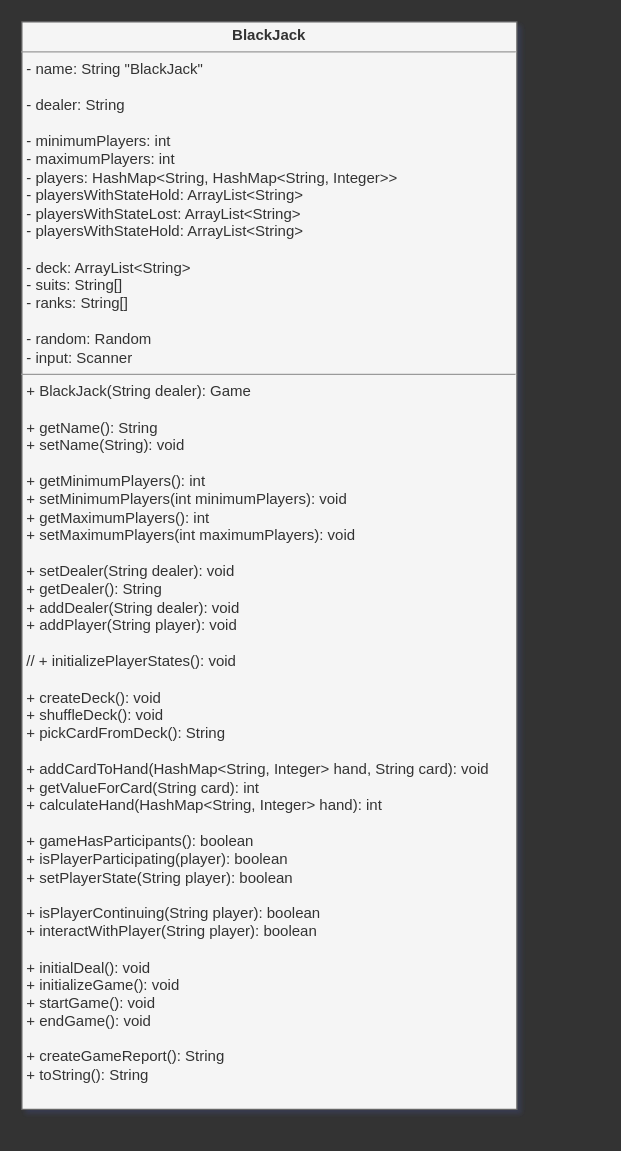
Before: uml-models/step1.drawio in iham/cardgameapp, a draw.io diagram. Source tidied: cells renumbered, new cells numbered last; positions are measured from the earlier drawing's top-left corner, leaving out a move shared by most shapes. Both pictures are drawn from the tidied source at 125%, with x=0, y=0 at pixel (21, 21).
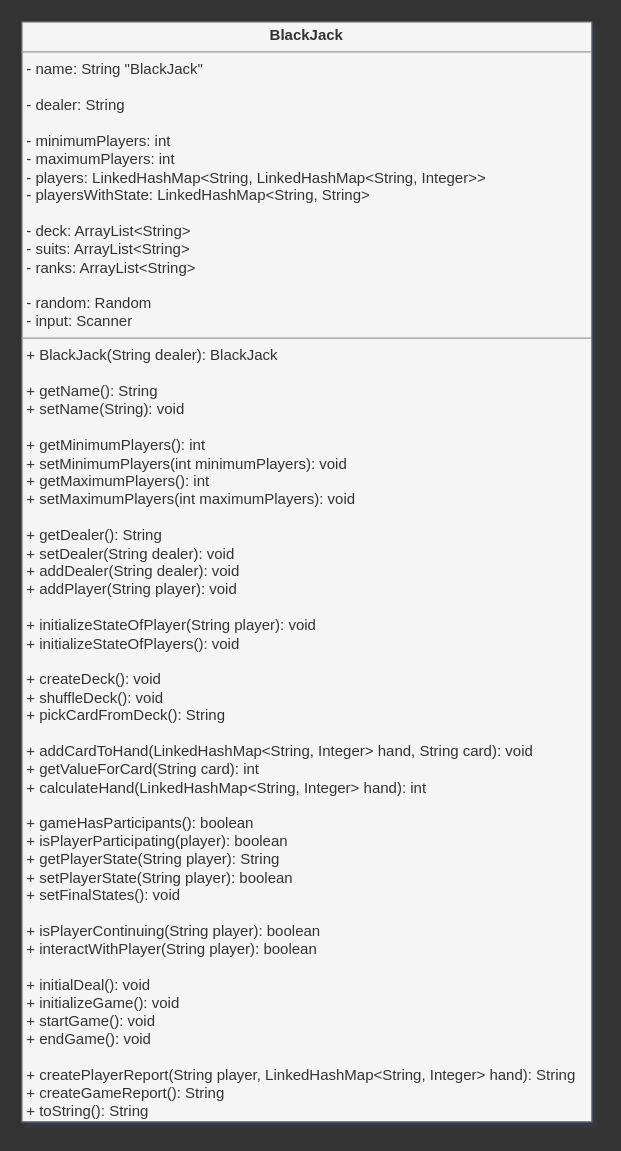
The same page after the edit.

Commit message (it also covers changes not shown here):
step 1 is implemented and sound.

The edit, as a diff of the source:
```diff
@@
 <mxGraphModel background="#333333" shadow="1">
   <root>
     <mxCell id="0" />
     <mxCell id="1" parent="0" />
-    <mxCell id="2" value="&lt;p style=&quot;margin: 0px ; margin-top: 4px ; text-align: center&quot;&gt;&lt;b&gt;BlackJack&lt;/b&gt;&lt;/p&gt;&lt;hr size=&quot;1&quot;&gt;&lt;p style=&quot;margin: 0px ; margin-left: 4px&quot;&gt;- name: String &quot;BlackJack&quot;&lt;/p&gt;&lt;p style=&quot;margin: 0px ; margin-left: 4px&quot;&gt;&lt;br&gt;&lt;/p&gt;&lt;p style=&quot;margin: 0px ; margin-left: 4px&quot;&gt;- dealer: String&lt;/p&gt;&lt;p style=&quot;margin: 0px ; margin-left: 4px&quot;&gt;&lt;br&gt;&lt;/p&gt;&lt;p style=&quot;margin: 0px ; margin-left: 4px&quot;&gt;- minimumPlayers: int&lt;/p&gt;&lt;p style=&quot;margin: 0px ; margin-left: 4px&quot;&gt;- maximumPlayers: int&lt;br&gt;- players: HashMap&amp;lt;String,&amp;nbsp;&lt;span&gt;HashMap&amp;lt;&lt;/span&gt;&lt;span&gt;String, Integer&amp;gt;&amp;gt;&lt;/span&gt;&lt;/p&gt;&lt;p style=&quot;margin: 0px ; margin-left: 4px&quot;&gt;- playersWithStateHold: ArrayList&amp;lt;String&amp;gt;&lt;/p&gt;&lt;p style=&quot;margin: 0px ; margin-left: 4px&quot;&gt;- playersWithStateLost: ArrayList&amp;lt;String&amp;gt;&lt;br&gt;&lt;/p&gt;&lt;p style=&quot;margin: 0px ; margin-left: 4px&quot;&gt;- playersWithStateHold: ArrayList&amp;lt;String&amp;gt;&lt;br&gt;&lt;/p&gt;&lt;p style=&quot;margin: 0px ; margin-left: 4px&quot;&gt;&lt;br&gt;&lt;/p&gt;&lt;p style=&quot;margin: 0px ; margin-left: 4px&quot;&gt;- deck: ArrayList&amp;lt;String&amp;gt;&lt;/p&gt;&lt;p style=&quot;margin: 0px ; margin-left: 4px&quot;&gt;- suits: String[]&lt;/p&gt;&lt;p style=&quot;margin: 0px ; margin-left: 4px&quot;&gt;- ranks: String[]&lt;/p&gt;&lt;p style=&quot;margin: 0px ; margin-left: 4px&quot;&gt;&lt;br&gt;&lt;/p&gt;&lt;p style=&quot;margin: 0px ; margin-left: 4px&quot;&gt;- random: Random&lt;/p&gt;&lt;p style=&quot;margin: 0px ; margin-left: 4px&quot;&gt;- input: Scanner&lt;/p&gt;&lt;hr size=&quot;1&quot;&gt;&lt;p style=&quot;margin: 0px ; margin-left: 4px&quot;&gt;+ BlackJack(String dealer): Game&lt;span&gt;&lt;br&gt;&lt;/span&gt;&lt;/p&gt;&lt;p style=&quot;margin: 0px ; margin-left: 4px&quot;&gt;&lt;span&gt;&lt;br&gt;&lt;/span&gt;&lt;/p&gt;&lt;p style=&quot;margin: 0px 0px 0px 4px&quot;&gt;+ getName(): String&lt;/p&gt;&lt;p style=&quot;margin: 0px ; margin-left: 4px&quot;&gt;&lt;span&gt;+ setName(String): void&lt;/span&gt;&lt;/p&gt;&lt;p style=&quot;margin: 0px ; margin-left: 4px&quot;&gt;&lt;br&gt;&lt;/p&gt;&lt;p style=&quot;margin: 0px 0px 0px 4px&quot;&gt;+ getMinimumPlayers(): int&lt;br&gt;&lt;/p&gt;&lt;p style=&quot;margin: 0px ; margin-left: 4px&quot;&gt;&lt;span&gt;+ setMinimumPlayers(int minimumPlayers): void&lt;/span&gt;&lt;/p&gt;&lt;p style=&quot;margin: 0px 0px 0px 4px&quot;&gt;+ getMaximumPlayers(): int&lt;br&gt;&lt;/p&gt;&lt;p style=&quot;margin: 0px 0px 0px 4px&quot;&gt;&lt;span&gt;+ setMaximumPlayers(int maximumPlayers): void&lt;/span&gt;&lt;br&gt;&lt;/p&gt;&lt;p style=&quot;margin: 0px 0px 0px 4px&quot;&gt;&lt;br&gt;&lt;/p&gt;&lt;p style=&quot;margin: 0px 0px 0px 4px&quot;&gt;+ setDealer(String dealer): void&lt;/p&gt;&lt;p style=&quot;margin: 0px 0px 0px 4px&quot;&gt;+ getDealer(): String&lt;br&gt;&lt;/p&gt;&lt;p style=&quot;margin: 0px ; margin-left: 4px&quot;&gt;&lt;span&gt;+ addDealer(String dealer): void&lt;/span&gt;&lt;br&gt;&lt;/p&gt;&lt;p style=&quot;margin: 0px ; margin-left: 4px&quot;&gt;&lt;span&gt;+ addPlayer(String player): void&lt;/span&gt;&lt;br&gt;&lt;/p&gt;&lt;div&gt;&lt;br&gt;&lt;/div&gt;&lt;div&gt;&lt;p style=&quot;margin: 0px 0px 0px 4px&quot;&gt;// + initializePlayerStates(): void&lt;/p&gt;&lt;p style=&quot;margin: 0px 0px 0px 4px&quot;&gt;&lt;br&gt;&lt;/p&gt;&lt;/div&gt;&lt;p style=&quot;margin: 0px ; margin-left: 4px&quot;&gt;&lt;span&gt;+ createDeck(): void&lt;/span&gt;&lt;br&gt;&lt;/p&gt;&lt;p style=&quot;margin: 0px 0px 0px 4px&quot;&gt;+ shuffleDeck(): void&lt;/p&gt;&lt;p style=&quot;margin: 0px 0px 0px 4px&quot;&gt;&lt;span&gt;+ pickCardFromDeck(): String&lt;/span&gt;&lt;/p&gt;&lt;p style=&quot;margin: 0px 0px 0px 4px&quot;&gt;&lt;span&gt;&lt;br&gt;&lt;/span&gt;&lt;/p&gt;&lt;p style=&quot;margin: 0px 0px 0px 4px&quot;&gt;+&amp;nbsp;addCardToHand(HashMap&amp;lt;String, Integer&amp;gt; hand, String card): void&lt;/p&gt;&lt;p style=&quot;margin: 0px 0px 0px 4px&quot;&gt;+ getValueForCard(String card): int&lt;br&gt;&lt;/p&gt;&lt;div&gt;&lt;p style=&quot;margin: 0px 0px 0px 4px&quot;&gt;+ calculateHand(HashMap&amp;lt;String, Integer&amp;gt; hand): int&lt;/p&gt;&lt;/div&gt;&lt;p style=&quot;margin: 0px ; margin-left: 4px&quot;&gt;&lt;br&gt;&lt;/p&gt;&lt;p style=&quot;margin: 0px 0px 0px 4px&quot;&gt;&lt;span&gt;+ gameHasParticipants(): boolean&lt;/span&gt;&lt;br&gt;&lt;/p&gt;&lt;p style=&quot;margin: 0px 0px 0px 4px&quot;&gt;+ isPlayerParticipating(player): boolean&lt;/p&gt;&lt;div&gt;&lt;p style=&quot;margin: 0px 0px 0px 4px&quot;&gt;+ setPlayer&lt;span&gt;State&lt;/span&gt;&lt;span&gt;(String player): boolean&lt;/span&gt;&lt;/p&gt;&lt;/div&gt;&lt;div&gt;&lt;br&gt;&lt;/div&gt;&lt;p style=&quot;margin: 0px ; margin-left: 4px&quot;&gt;+ isPlayerContinuing(String player): boolean&lt;/p&gt;&lt;p style=&quot;margin: 0px ; margin-left: 4px&quot;&gt;+ interactWithPlayer(String player): boolean&lt;/p&gt;&lt;p style=&quot;margin: 0px ; margin-left: 4px&quot;&gt;&lt;span&gt;&lt;br&gt;&lt;/span&gt;&lt;/p&gt;&lt;p style=&quot;margin: 0px 0px 0px 4px&quot;&gt;+ initialDeal(): void&lt;/p&gt;&lt;p style=&quot;margin: 0px ; margin-left: 4px&quot;&gt;&lt;span&gt;+ initializeGame(): void&lt;/span&gt;&lt;br&gt;&lt;/p&gt;&lt;p style=&quot;margin: 0px 0px 0px 4px&quot;&gt;+ startGame(): void&lt;/p&gt;&lt;p style=&quot;margin: 0px 0px 0px 4px&quot;&gt;+ endGame(): void&lt;/p&gt;&lt;p style=&quot;margin: 0px 0px 0px 4px&quot;&gt;&lt;br&gt;&lt;/p&gt;&lt;p style=&quot;margin: 0px ; margin-left: 4px&quot;&gt;&lt;span&gt;+ createGameReport(): String&lt;/span&gt;&lt;/p&gt;&lt;p style=&quot;margin: 0px ; margin-left: 4px&quot;&gt;&lt;span&gt;+ toString(): String&lt;/span&gt;&lt;br&gt;&lt;/p&gt;" style="verticalAlign=top;align=left;overflow=fill;fontSize=12;fontFamily=Helvetica;html=1;fillColor=#f5f5f5;fontColor=#333333;strokeColor=#666666;" parent="1" vertex="1">
-      <mxGeometry width="396" height="870" as="geometry" />
+    <mxCell id="2" value="&lt;p style=&quot;margin: 0px ; margin-top: 4px ; text-align: center&quot;&gt;&lt;b&gt;BlackJack&lt;/b&gt;&lt;/p&gt;&lt;hr size=&quot;1&quot;&gt;&lt;p style=&quot;margin: 0px ; margin-left: 4px&quot;&gt;- name: String &quot;BlackJack&quot;&lt;/p&gt;&lt;p style=&quot;margin: 0px ; margin-left: 4px&quot;&gt;&lt;br&gt;&lt;/p&gt;&lt;p style=&quot;margin: 0px ; margin-left: 4px&quot;&gt;- dealer: String&lt;/p&gt;&lt;p style=&quot;margin: 0px ; margin-left: 4px&quot;&gt;&lt;br&gt;&lt;/p&gt;&lt;p style=&quot;margin: 0px ; margin-left: 4px&quot;&gt;- minimumPlayers: int&lt;/p&gt;&lt;p style=&quot;margin: 0px ; margin-left: 4px&quot;&gt;- maximumPlayers: int&lt;br&gt;- players: LinkedHashMap&amp;lt;String, Linked&lt;span&gt;HashMap&amp;lt;&lt;/span&gt;&lt;span&gt;String, Integer&amp;gt;&amp;gt;&lt;/span&gt;&lt;/p&gt;&lt;p style=&quot;margin: 0px ; margin-left: 4px&quot;&gt;&lt;span&gt;- playersWithState: LinkedHashMap&amp;lt;String, String&amp;gt;&lt;/span&gt;&lt;/p&gt;&lt;p style=&quot;margin: 0px ; margin-left: 4px&quot;&gt;&lt;br&gt;&lt;/p&gt;&lt;p style=&quot;margin: 0px ; margin-left: 4px&quot;&gt;&lt;span&gt;- deck: ArrayList&amp;lt;String&amp;gt;&lt;/span&gt;&lt;br&gt;&lt;/p&gt;&lt;p style=&quot;margin: 0px ; margin-left: 4px&quot;&gt;- suits: ArrayList&amp;lt;String&amp;gt;&lt;/p&gt;&lt;p style=&quot;margin: 0px ; margin-left: 4px&quot;&gt;- ranks&lt;span&gt;: ArrayList&amp;lt;String&amp;gt;&lt;/span&gt;&lt;/p&gt;&lt;p style=&quot;margin: 0px ; margin-left: 4px&quot;&gt;&lt;br&gt;&lt;/p&gt;&lt;p style=&quot;margin: 0px ; margin-left: 4px&quot;&gt;- random: Random&lt;/p&gt;&lt;p style=&quot;margin: 0px ; margin-left: 4px&quot;&gt;- input: Scanner&lt;/p&gt;&lt;hr size=&quot;1&quot;&gt;&lt;p style=&quot;margin: 0px ; margin-left: 4px&quot;&gt;+ BlackJack(String dealer): BlackJack&lt;span&gt;&lt;br&gt;&lt;/span&gt;&lt;/p&gt;&lt;p style=&quot;margin: 0px ; margin-left: 4px&quot;&gt;&lt;span&gt;&lt;br&gt;&lt;/span&gt;&lt;/p&gt;&lt;p style=&quot;margin: 0px 0px 0px 4px&quot;&gt;+ getName(): String&lt;/p&gt;&lt;p style=&quot;margin: 0px ; margin-left: 4px&quot;&gt;&lt;span&gt;+ setName(String): void&lt;/span&gt;&lt;/p&gt;&lt;p style=&quot;margin: 0px ; margin-left: 4px&quot;&gt;&lt;br&gt;&lt;/p&gt;&lt;p style=&quot;margin: 0px 0px 0px 4px&quot;&gt;+ getMinimumPlayers(): int&lt;br&gt;&lt;/p&gt;&lt;p style=&quot;margin: 0px ; margin-left: 4px&quot;&gt;&lt;span&gt;+ setMinimumPlayers(int minimumPlayers): void&lt;/span&gt;&lt;/p&gt;&lt;p style=&quot;margin: 0px 0px 0px 4px&quot;&gt;+ getMaximumPlayers(): int&lt;br&gt;&lt;/p&gt;&lt;p style=&quot;margin: 0px 0px 0px 4px&quot;&gt;&lt;span&gt;+ setMaximumPlayers(int maximumPlayers): void&lt;/span&gt;&lt;br&gt;&lt;/p&gt;&lt;p style=&quot;margin: 0px 0px 0px 4px&quot;&gt;&lt;br&gt;&lt;/p&gt;&lt;p style=&quot;margin: 0px 0px 0px 4px&quot;&gt;+ getDealer(): String&lt;br&gt;&lt;/p&gt;&lt;p style=&quot;margin: 0px 0px 0px 4px&quot;&gt;+ setDealer(String dealer): void&lt;/p&gt;&lt;p style=&quot;margin: 0px 0px 0px 4px&quot;&gt;&lt;span&gt;+ addDealer(String dealer): void&lt;/span&gt;&lt;br&gt;&lt;/p&gt;&lt;p style=&quot;margin: 0px ; margin-left: 4px&quot;&gt;&lt;span&gt;+ addPlayer(String player): void&lt;/span&gt;&lt;br&gt;&lt;/p&gt;&lt;div&gt;&lt;br&gt;&lt;/div&gt;&lt;div&gt;&lt;p style=&quot;margin: 0px 0px 0px 4px&quot;&gt;&lt;span&gt;+ initializeStateOfPlayer(String player): void&lt;/span&gt;&lt;/p&gt;&lt;p style=&quot;margin: 0px 0px 0px 4px&quot;&gt;+ initializeStateOfPlayers(): void&lt;/p&gt;&lt;p style=&quot;margin: 0px 0px 0px 4px&quot;&gt;&lt;br&gt;&lt;/p&gt;&lt;/div&gt;&lt;p style=&quot;margin: 0px ; margin-left: 4px&quot;&gt;&lt;span&gt;+ createDeck(): void&lt;/span&gt;&lt;br&gt;&lt;/p&gt;&lt;p style=&quot;margin: 0px 0px 0px 4px&quot;&gt;+ shuffleDeck(): void&lt;/p&gt;&lt;p style=&quot;margin: 0px 0px 0px 4px&quot;&gt;&lt;span&gt;+ pickCardFromDeck(): String&lt;/span&gt;&lt;/p&gt;&lt;p style=&quot;margin: 0px 0px 0px 4px&quot;&gt;&lt;span&gt;&lt;br&gt;&lt;/span&gt;&lt;/p&gt;&lt;p style=&quot;margin: 0px 0px 0px 4px&quot;&gt;+&amp;nbsp;addCardToHand(LinkedHashMap&amp;lt;String, Integer&amp;gt; hand, String card): void&lt;/p&gt;&lt;p style=&quot;margin: 0px 0px 0px 4px&quot;&gt;+ getValueForCard(String card): int&lt;br&gt;&lt;/p&gt;&lt;div&gt;&lt;p style=&quot;margin: 0px 0px 0px 4px&quot;&gt;+ calculateHand(LinkedHashMap&amp;lt;String, Integer&amp;gt; hand): int&lt;/p&gt;&lt;/div&gt;&lt;p style=&quot;margin: 0px ; margin-left: 4px&quot;&gt;&lt;br&gt;&lt;/p&gt;&lt;p style=&quot;margin: 0px 0px 0px 4px&quot;&gt;&lt;span&gt;+ gameHasParticipants(): boolean&lt;/span&gt;&lt;br&gt;&lt;/p&gt;&lt;p style=&quot;margin: 0px 0px 0px 4px&quot;&gt;+ isPlayerParticipating(player): boolean&lt;/p&gt;&lt;div&gt;&lt;p style=&quot;margin: 0px 0px 0px 4px&quot;&gt;&lt;span&gt;+ getPlayer&lt;/span&gt;&lt;span&gt;State&lt;/span&gt;&lt;span&gt;(String player): String&lt;/span&gt;&lt;/p&gt;&lt;p style=&quot;margin: 0px 0px 0px 4px&quot;&gt;+ setPlayer&lt;span&gt;State&lt;/span&gt;&lt;span&gt;(String player): boolean&lt;/span&gt;&lt;/p&gt;&lt;p style=&quot;margin: 0px 0px 0px 4px&quot;&gt;&lt;span&gt;+ setFinalStates(): void&lt;/span&gt;&lt;/p&gt;&lt;/div&gt;&lt;div&gt;&lt;br&gt;&lt;/div&gt;&lt;p style=&quot;margin: 0px ; margin-left: 4px&quot;&gt;+ isPlayerContinuing(String player): boolean&lt;/p&gt;&lt;p style=&quot;margin: 0px ; margin-left: 4px&quot;&gt;+ interactWithPlayer(String player): boolean&lt;/p&gt;&lt;p style=&quot;margin: 0px ; margin-left: 4px&quot;&gt;&lt;span&gt;&lt;br&gt;&lt;/span&gt;&lt;/p&gt;&lt;p style=&quot;margin: 0px 0px 0px 4px&quot;&gt;+ initialDeal(): void&lt;/p&gt;&lt;p style=&quot;margin: 0px ; margin-left: 4px&quot;&gt;&lt;span&gt;+ initializeGame(): void&lt;/span&gt;&lt;br&gt;&lt;/p&gt;&lt;p style=&quot;margin: 0px 0px 0px 4px&quot;&gt;+ startGame(): void&lt;/p&gt;&lt;p style=&quot;margin: 0px 0px 0px 4px&quot;&gt;+ endGame(): void&lt;/p&gt;&lt;p style=&quot;margin: 0px 0px 0px 4px&quot;&gt;&lt;br&gt;&lt;/p&gt;&lt;p style=&quot;margin: 0px ; margin-left: 4px&quot;&gt;+ createPlayerReport(String player, LinkedHashMap&amp;lt;String, Integer&amp;gt; hand): String&lt;/p&gt;&lt;p style=&quot;margin: 0px ; margin-left: 4px&quot;&gt;&lt;span&gt;+ createGameReport(): String&lt;/span&gt;&lt;/p&gt;&lt;p style=&quot;margin: 0px ; margin-left: 4px&quot;&gt;&lt;span&gt;+ toString(): String&lt;/span&gt;&lt;br&gt;&lt;/p&gt;" style="verticalAlign=top;align=left;overflow=fill;fontSize=12;fontFamily=Helvetica;html=1;fillColor=#f5f5f5;fontColor=#333333;strokeColor=#666666;" parent="1" vertex="1">
+      <mxGeometry width="456" height="880" as="geometry" />
     </mxCell>
   </root>
 </mxGraphModel>
```
